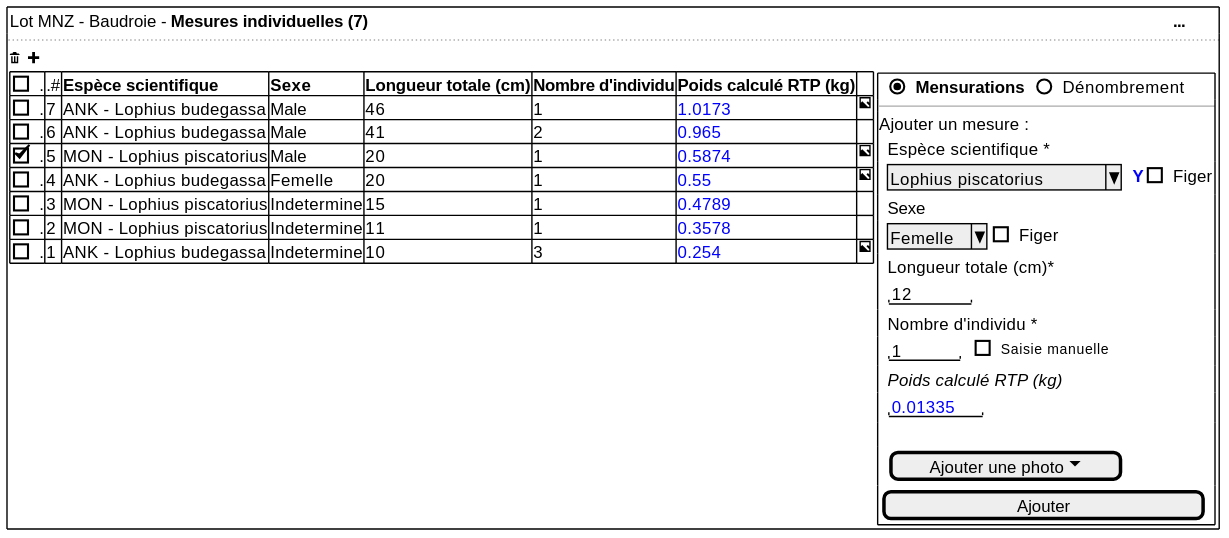
The PlantUML diagram projects/common/spe/images/individual-measures.svg in sumaris-net/sumaris-doc, before a commit. Its source is kept beside it as projects/common/spe/images/individual-measures.puml.
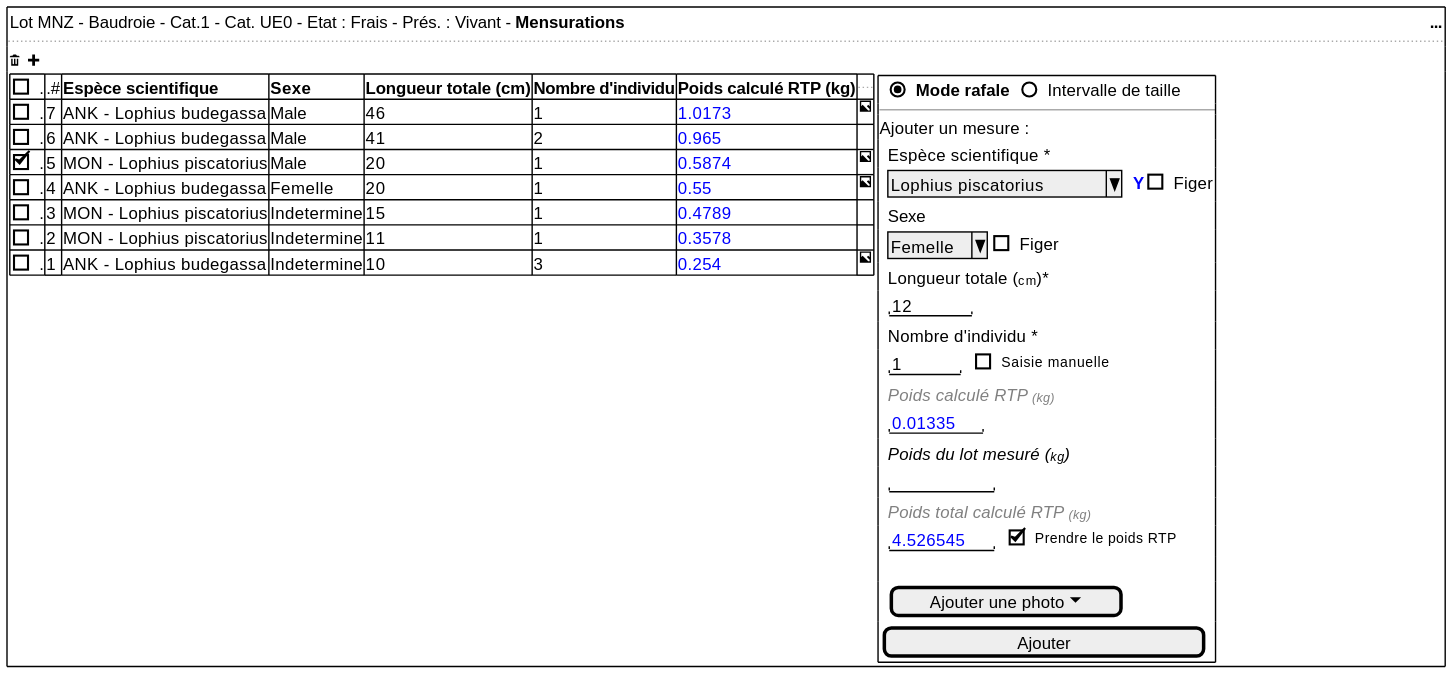
After the change.

Change to the diagram source:
```diff
@@ -1,12 +1,12 @@
 @startsalt
  {+
-  { Lot MNZ - Baudroie - <b>Mesures individuelles (7) | . | . |. |. |. |. |. |. |. |. |. |. |. |. |. |. |. |. |. |. |. |. |. |. |. |. |. |. |. |. |. |. |. |. |. |. |. |. |. |. |. |. |. |. |. |. |. |. |. |. |. |. |. |. |. |. |. |. |. |. |. |. |. |. |. |. |. |. |. |. |. |. |. |. |. |. |. |. |. |. |. |. |. |. |. |. |. |. |. |. |. |. |. |. |. |. |. |. |. |. |. |. |. |. |. |. |. |. |. |. |. |. |. |. |<b> ...}
+  { Lot MNZ - Baudroie - Cat.1 - Cat. UE0 - Etat : Frais - Prés. : Vivant - <b>Mensurations | . | . |. |. |. |. |. |. |. |. |. |. |. |. |. |. |. |. |. |. |. |. |. |. |. |. |. |. |. |. |. |. |. |. |. |. |. |. |. |. |. |. |. |. |. |. |. |. |. |. |. |. |. |. |. |. |. |. |. |. |. |. |. |. |. |. |. |. |. |. |. |. |. |. |. |. |. |. |. |. |. |. |. |. |. |. |. |. |. |. |. |. |. |. |. |. |. |. |. |. |. |. |. |. |. |. |. |. |. |. |. |. |. |. |<b> ...}
   ..
   <&trash> <&plus>
 
   {
 	{#
-      [].| .# | <b>Espèce scientifique | <b>Sexe | <b>Longueur totale (cm) | <b>Nombre d'individu | <b>Poids calculé RTP (kg) | .
+      [].| .# | <b>Espèce scientifique | <b>Sexe | <b>Longueur totale (cm) | <b>Nombre d'individu | <b>Poids calculé RTP (kg) | ...
       [].| 7 | ANK - Lophius budegassa   | Male | 46 | 1 | <color:blue>1.0173 | <&image>
       [].| 6 | ANK - Lophius budegassa   | Male | 41 | 2 |<color:blue>0.965 | .
       [X].| 5 | MON - Lophius piscatorius | Male | 20 | 1 | <color:blue>0.5874 | <&image>
@@ -18,7 +18,7 @@
 
     {
       {+
-        { | . |  (X)<b>Mensurations  | . | ()Dénombrement | . | . | . | . }
+        { | . |  (X)<b>Mode rafale  | . | ()Intervalle de taille | . | . | . | . }
         --
         Ajouter un mesure :
         { | . | Espèce scientifique * | . }
@@ -27,14 +27,20 @@
         { | . | Sexe  | . }
         { | . | ^Femelle^ | [ ] Figer }
 
-        { | . | Longueur totale (cm)* | .  }
+        { | . | Longueur totale (<font size=9>cm</font>)* | .  }
         { | . | "   12  "  }
 
         { | . | Nombre d'individu * | .  }
         { | . | "   1  "  | . | [ ] <font size=10>Saisie manuelle    }
 
-        { | . | <i>Poids calculé RTP (kg)  | . }
+        { | . | <i><font color=grey>Poids calculé RTP</font> <font color=grey size=9>(kg)</font>  | . }
         { | . | "<color:blue>0.01335 " | .  }
+
+        { | . | <i>Poids du lot mesuré (<font size=9>kg</font>)  | . }
+        { | . | "         " | .  }
+
+        { | . | <i><font color=grey>Poids total calculé RTP <font color=grey size=9>(kg)</font>  | . }
+        { | . | "<color:blue>4.526545 " | . | [X] <font size=10>Prendre le poids RTP }
         .
         { | . | [Ajouter une photo <&caret-bottom>]  }
         { [                     Ajouter] }
```
